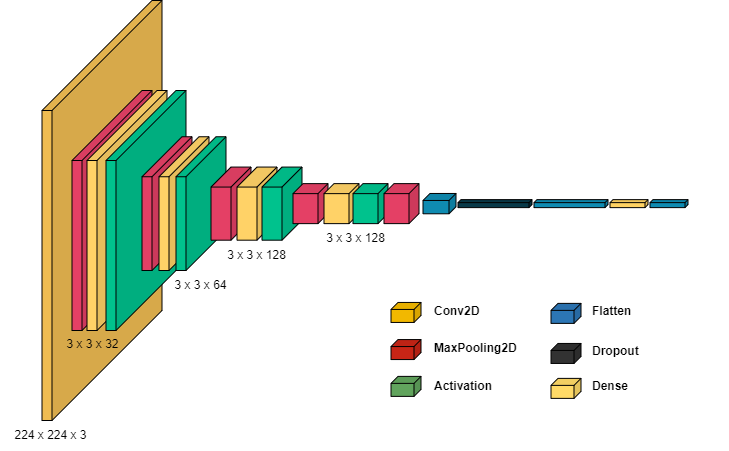
This is architecture.png from mdkhaledhassan/Neural-Network-Architecture-Diagrams, a draw.io export, as it was before one commit. Source tidied: cells renumbered, new cells last; positions are measured from the earlier drawing's top-left corner, leaving out a move shared by most shapes.
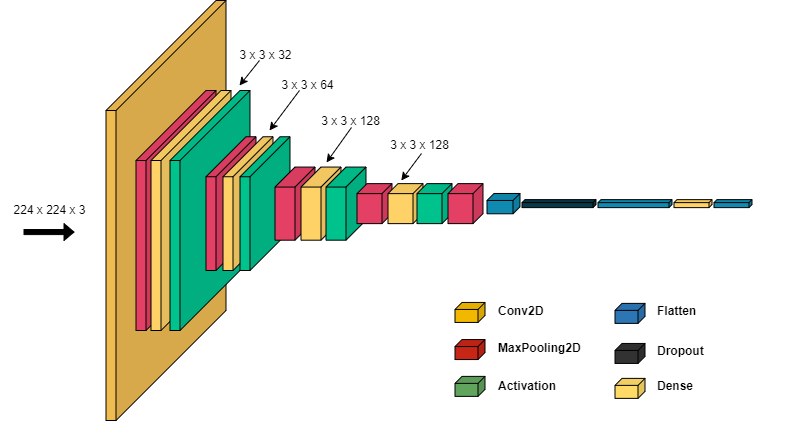
The same diagram one commit later.

The edit, as a diff of the source:
```diff
@@ -66,19 +66,19 @@
       <mxGeometry x="549.5" y="302.9" width="30" height="20" as="geometry" />
     </mxCell>
     <mxCell id="23" value="224 x 224 x 3" style="text;html=1;strokeColor=none;fillColor=none;align=center;verticalAlign=middle;whiteSpace=wrap;rounded=0;" parent="1" vertex="1">
-      <mxGeometry x="-0.5" y="420" width="99" height="30" as="geometry" />
+      <mxGeometry x="-65" y="195" width="99" height="30" as="geometry" />
     </mxCell>
     <mxCell id="24" value="3 x 3 x 32" style="text;html=1;strokeColor=none;fillColor=none;align=center;verticalAlign=middle;whiteSpace=wrap;rounded=0;" parent="1" vertex="1">
-      <mxGeometry x="41.5" y="329.1" width="99" height="30" as="geometry" />
+      <mxGeometry x="150.5" y="40" width="99" height="30" as="geometry" />
     </mxCell>
     <mxCell id="25" value="3 x 3 x 64" style="text;html=1;strokeColor=none;fillColor=none;align=center;verticalAlign=middle;whiteSpace=wrap;rounded=0;" parent="1" vertex="1">
-      <mxGeometry x="150" y="270" width="99" height="30" as="geometry" />
+      <mxGeometry x="192.5" y="70" width="99" height="30" as="geometry" />
     </mxCell>
     <mxCell id="26" value="3 x 3 x 128" style="text;html=1;strokeColor=none;fillColor=none;align=center;verticalAlign=middle;whiteSpace=wrap;rounded=0;" parent="1" vertex="1">
-      <mxGeometry x="206" y="239.7" width="99" height="30" as="geometry" />
+      <mxGeometry x="235.5" y="106.3" width="99" height="30" as="geometry" />
     </mxCell>
     <mxCell id="27" value="3 x 3 x 128" style="text;html=1;strokeColor=none;fillColor=none;align=center;verticalAlign=middle;whiteSpace=wrap;rounded=0;" parent="1" vertex="1">
-      <mxGeometry x="305" y="223.1" width="99" height="30" as="geometry" />
+      <mxGeometry x="305" y="130" width="99" height="30" as="geometry" />
     </mxCell>
     <mxCell id="28" style="shape=cube;whiteSpace=wrap;html=1;boundedLbl=1;backgroundOutline=1;darkOpacity=0.05;darkOpacity2=0.1;size=10;direction=east;flipH=1;fillColor=#00C28D;strokeColor=#000000;" parent="1" vertex="1">
       <mxGeometry x="351.5" y="183.1" width="35" height="40" as="geometry" />
@@ -110,5 +110,30 @@
     <mxCell id="37" value="Dense" style="text;html=1;strokeColor=none;fillColor=none;align=left;verticalAlign=middle;whiteSpace=wrap;rounded=0;fontStyle=1;" parent="1" vertex="1">
       <mxGeometry x="589.5" y="374" width="138" height="23.9" as="geometry" />
     </mxCell>
+    <mxCell id="38" style="endArrow=classic;html=1;rounded=0;" parent="1" edge="1">
+      <mxGeometry relative="1" as="geometry">
+        <mxPoint x="194" y="60" as="sourcePoint" />
+        <mxPoint x="174" y="85" as="targetPoint" />
+      </mxGeometry>
+    </mxCell>
+    <mxCell id="39" style="endArrow=classic;html=1;rounded=0;exitX=0.419;exitY=0.667;exitDx=0;exitDy=0;exitPerimeter=0;" parent="1" edge="1" source="25">
+      <mxGeometry relative="1" as="geometry">
+        <mxPoint x="204" y="130" as="targetPoint" />
+      </mxGeometry>
+    </mxCell>
+    <mxCell id="40" style="endArrow=classic;html=1;rounded=0;exitX=0.419;exitY=0.667;exitDx=0;exitDy=0;exitPerimeter=0;" parent="1" edge="1">
+      <mxGeometry relative="1" as="geometry">
+        <mxPoint x="286" y="127" as="sourcePoint" />
+        <mxPoint x="261" y="162" as="targetPoint" />
+      </mxGeometry>
+    </mxCell>
+    <mxCell id="41" style="endArrow=classic;html=1;rounded=0;exitX=0.419;exitY=0.667;exitDx=0;exitDy=0;exitPerimeter=0;entryX=0.621;entryY=-0.077;entryDx=0;entryDy=0;entryPerimeter=0;" parent="1" edge="1" target="13">
+      <mxGeometry relative="1" as="geometry">
+        <mxPoint x="356" y="153" as="sourcePoint" />
+      </mxGeometry>
+    </mxCell>
+    <mxCell id="42" style="shape=singleArrow;whiteSpace=wrap;html=1;fillColor=#000000;" parent="1" vertex="1">
+      <mxGeometry x="-41.5" y="223.1" width="50" height="16.9" as="geometry" />
+    </mxCell>
   </root>
 </mxGraphModel>
```
